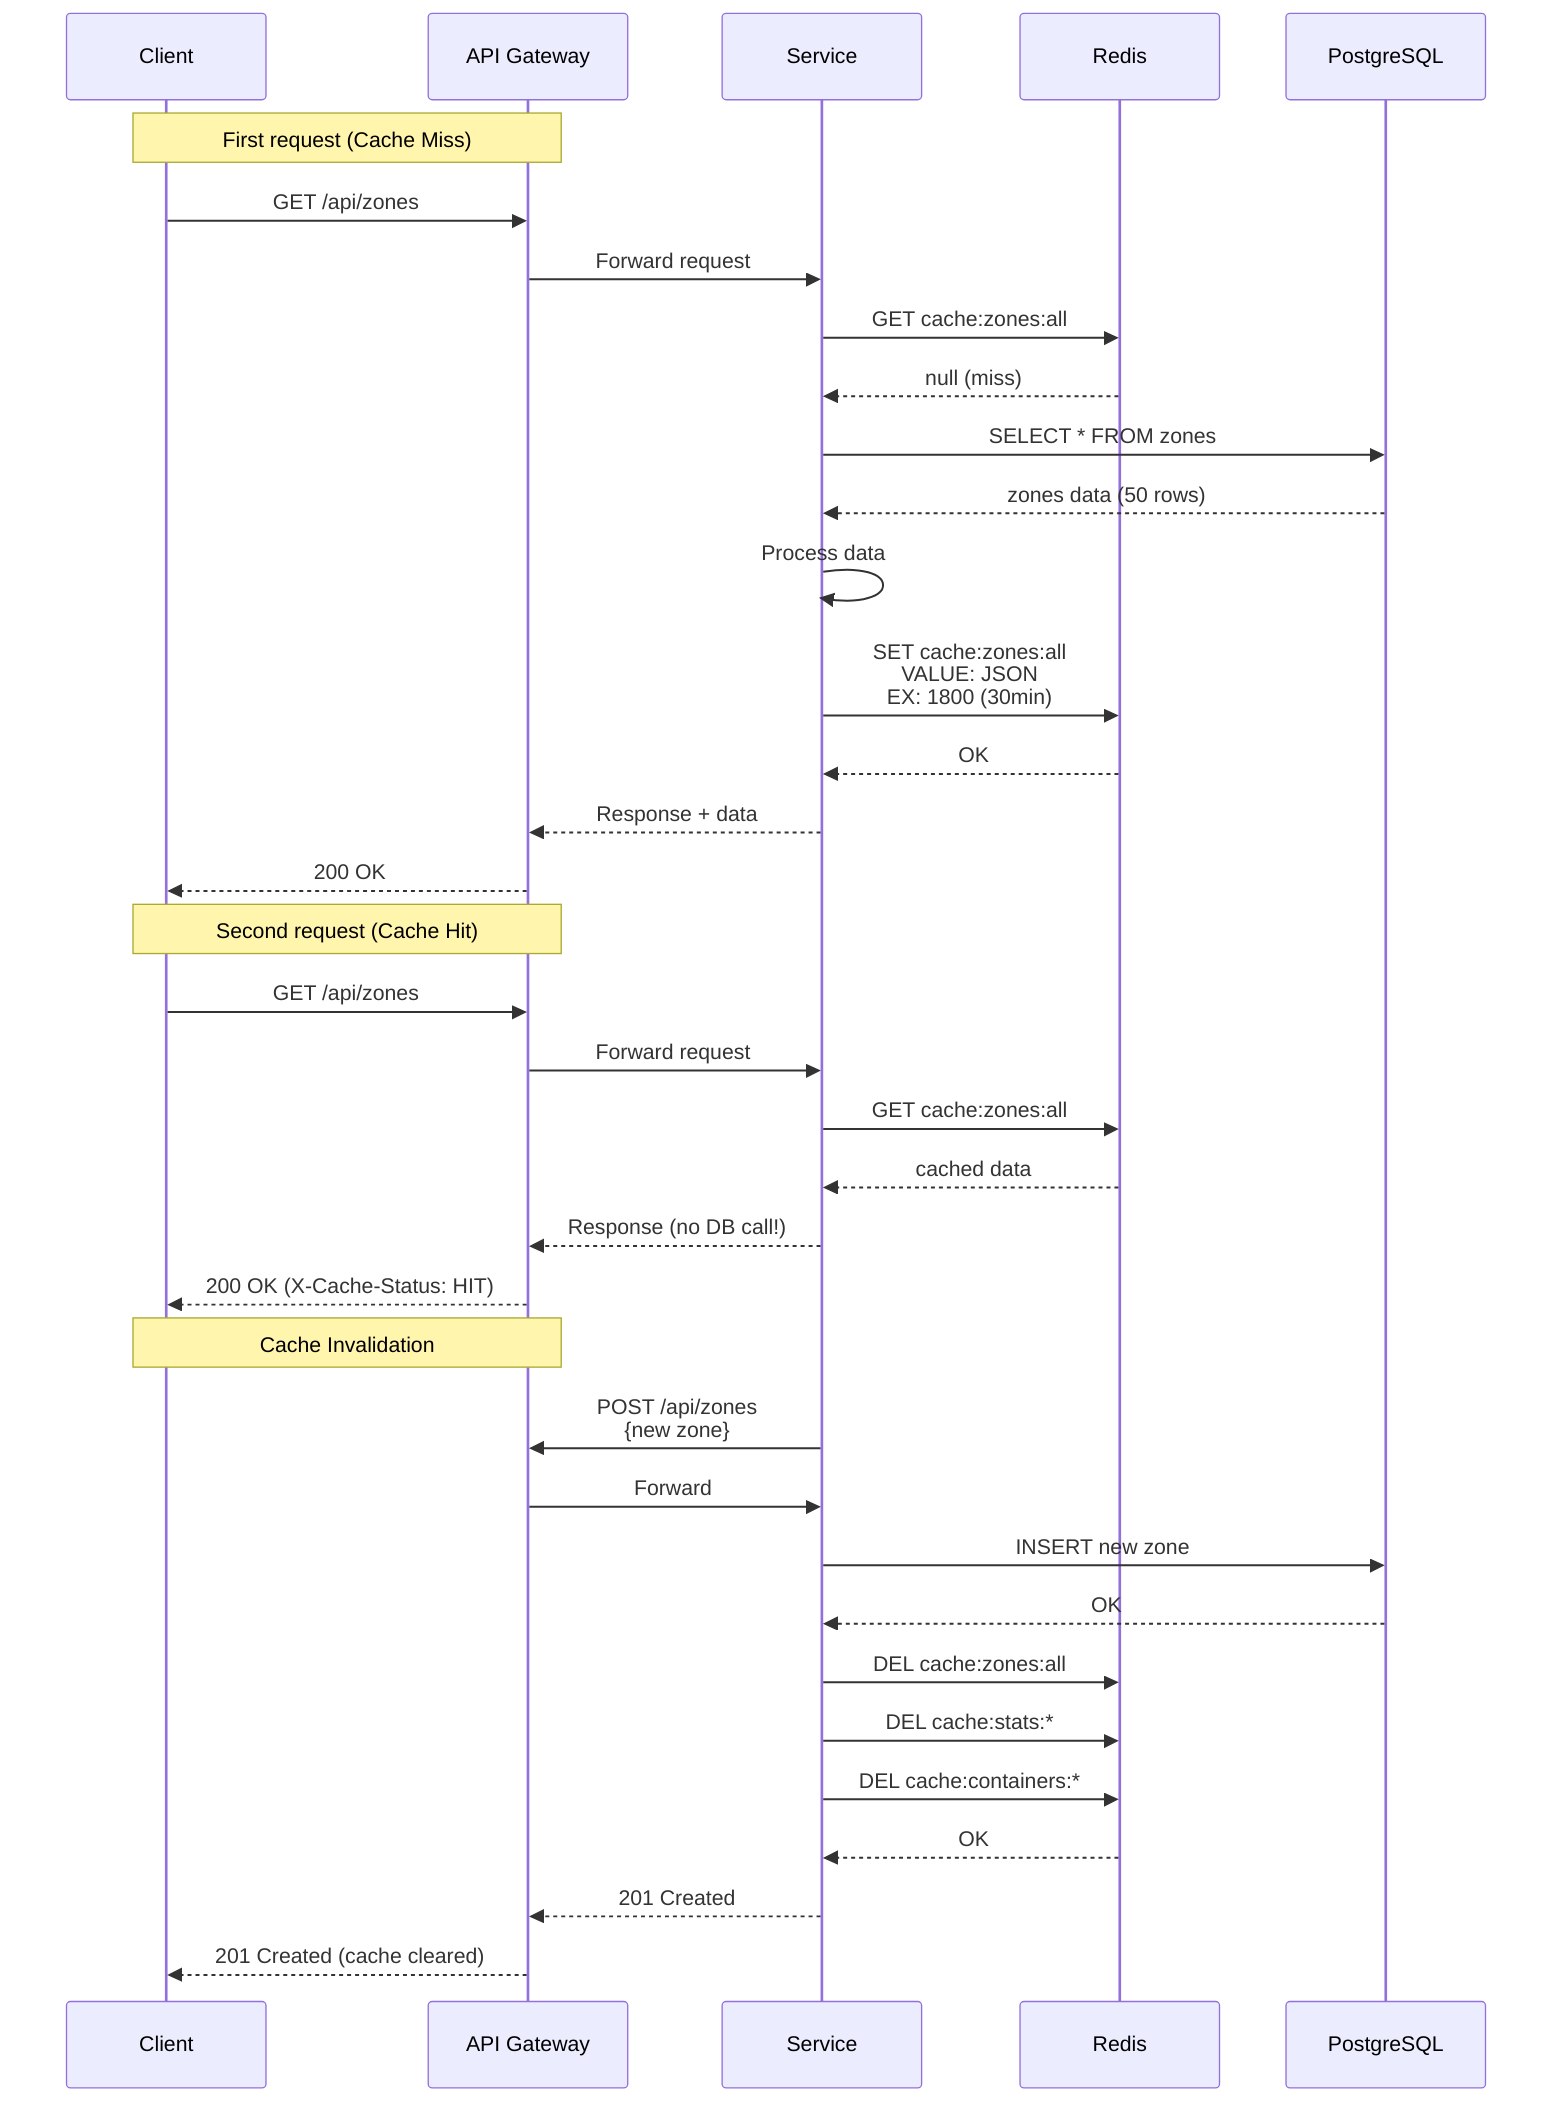
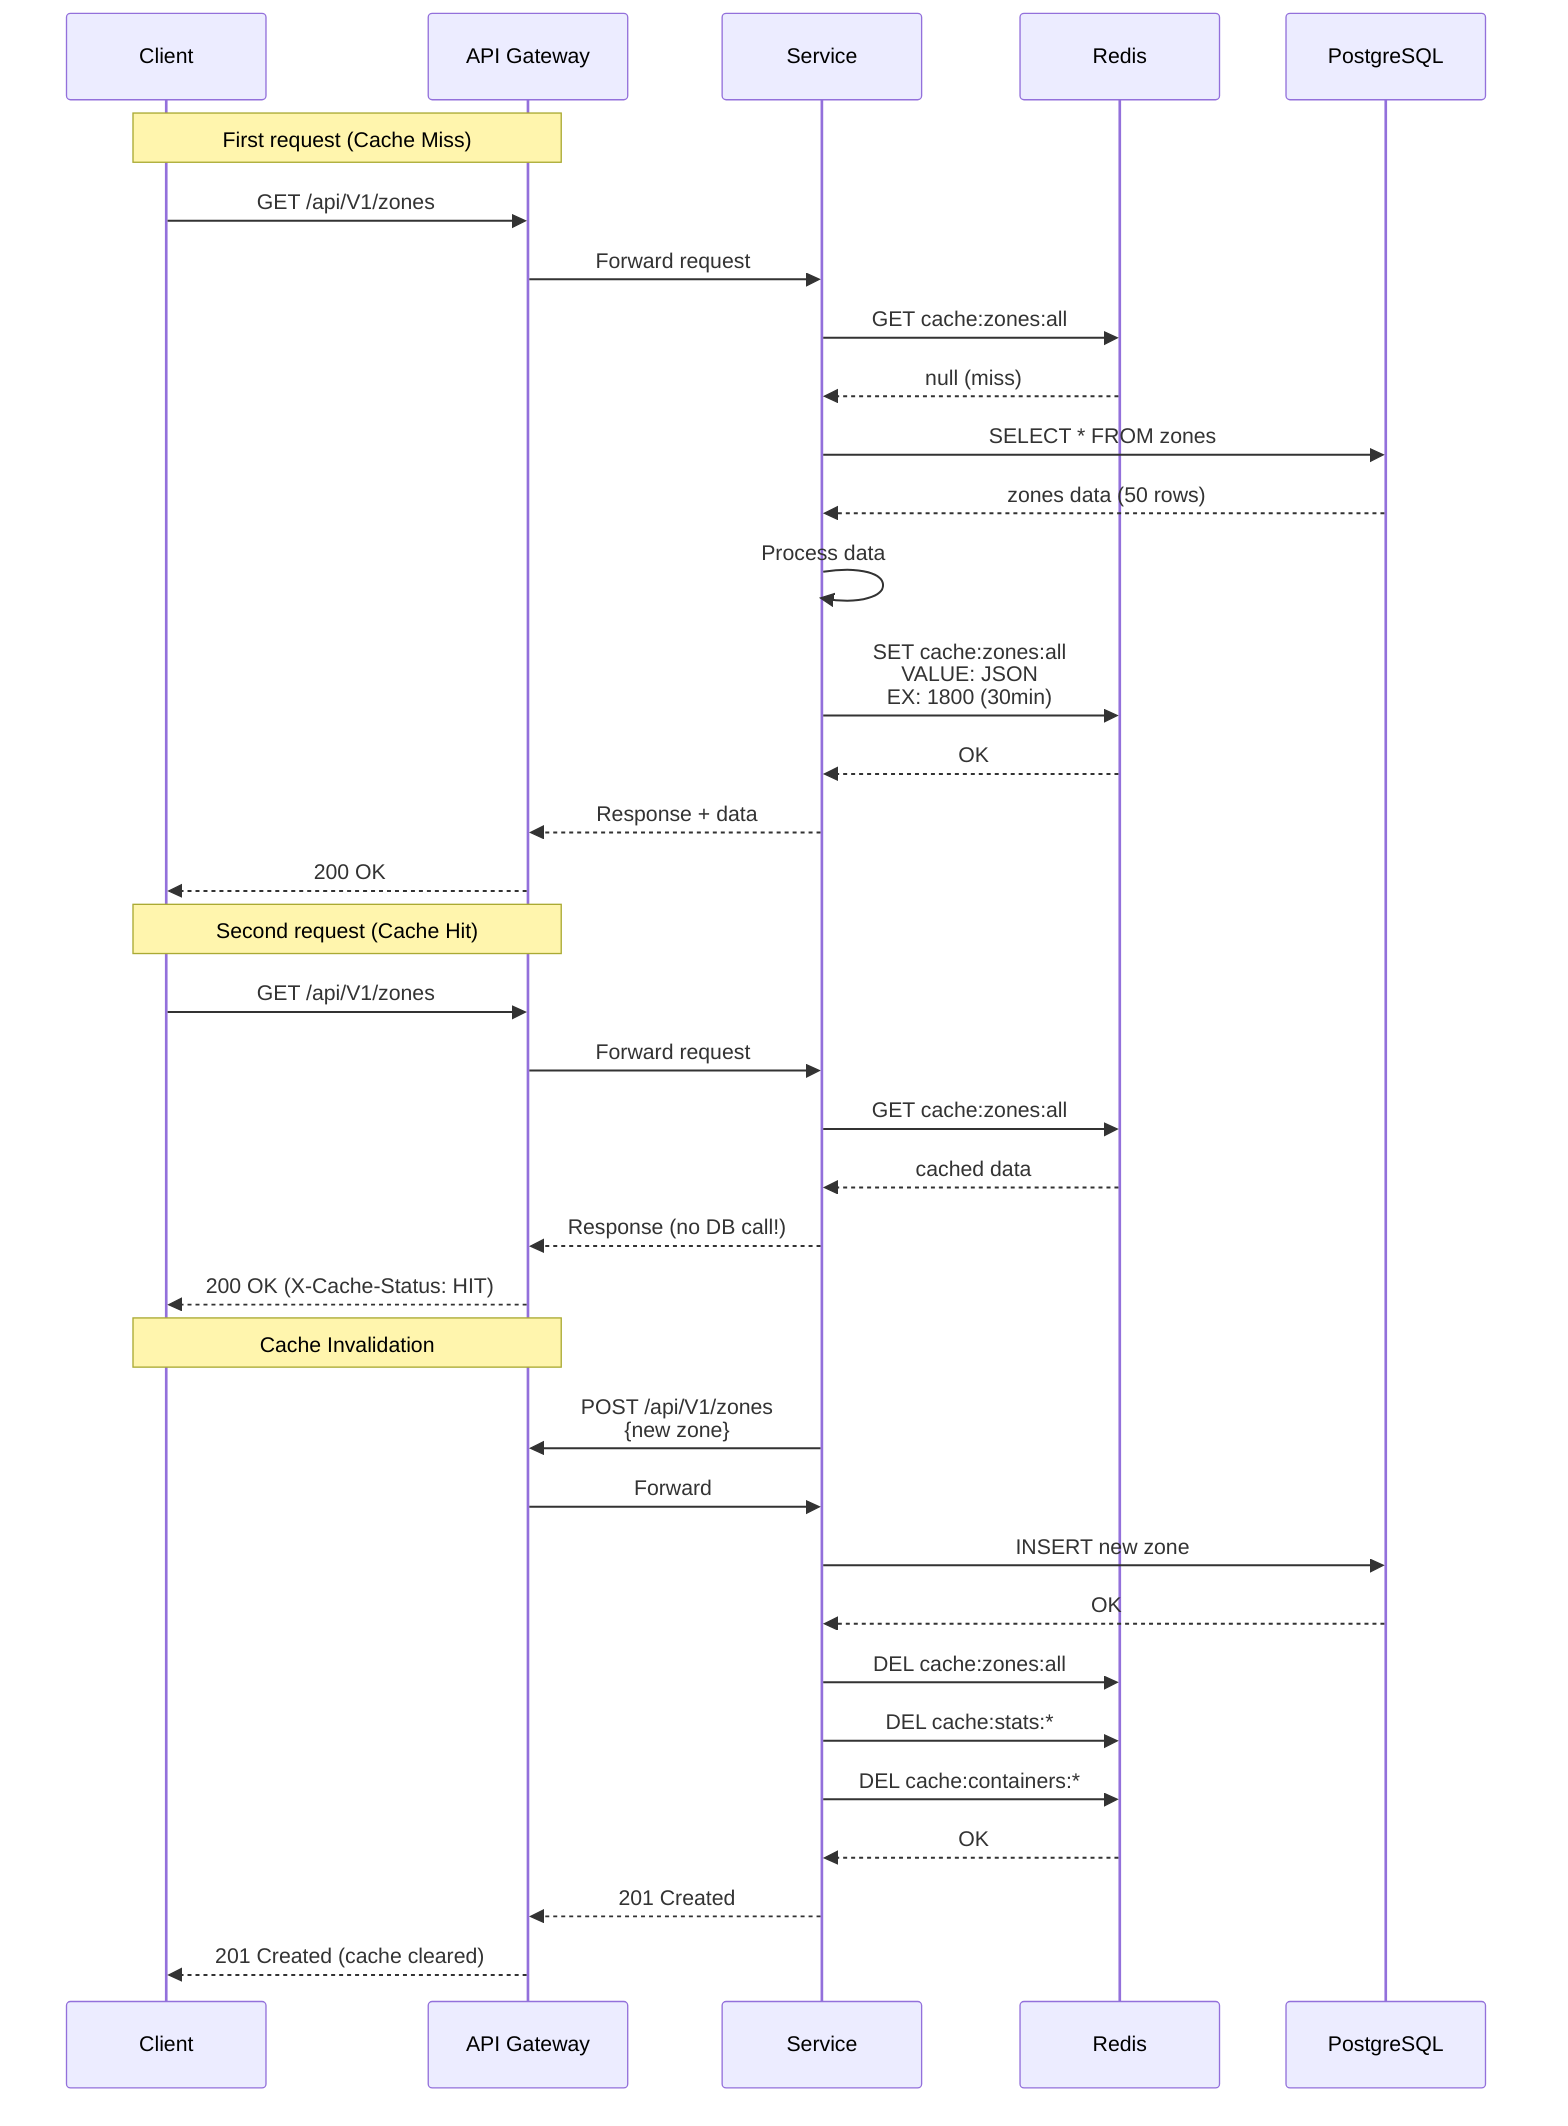
sequenceDiagram
    participant C as Client
    participant G as API Gateway
    participant Svc as Service
    participant Redis as Redis
    participant DB as PostgreSQL

    Note over C,G: First request (Cache Miss)

-     C->>G: GET /api/zones
+     C->>G: GET /api/V1/zones
    G->>Svc: Forward request

    Svc->>Redis: GET cache:zones:all
    Redis-->>Svc: null (miss)

    Svc->>DB: SELECT * FROM zones
    DB-->>Svc: zones data (50 rows)

    Svc->>Svc: Process data

    Svc->>Redis: SET cache:zones:all<br/>VALUE: JSON<br/>EX: 1800 (30min)
    Redis-->>Svc: OK

    Svc-->>G: Response + data
    G-->>C: 200 OK

    Note over C,G: Second request (Cache Hit)

-     C->>G: GET /api/zones
+     C->>G: GET /api/V1/zones
    G->>Svc: Forward request

    Svc->>Redis: GET cache:zones:all
    Redis-->>Svc: cached data

    Svc-->>G: Response (no DB call!)
    G-->>C: 200 OK (X-Cache-Status: HIT)

    Note over C,G: Cache Invalidation

-     Svc->>G: POST /api/zones<br/>{new zone}
+     Svc->>G: POST /api/V1/zones<br/>{new zone}
    G->>Svc: Forward

    Svc->>DB: INSERT new zone
    DB-->>Svc: OK

    Svc->>Redis: DEL cache:zones:all
    Svc->>Redis: DEL cache:stats:*
    Svc->>Redis: DEL cache:containers:*

    Redis-->>Svc: OK

    Svc-->>G: 201 Created
    G-->>C: 201 Created (cache cleared)
    %% Cache Strategy
    %% Endpoint | TTL | Strategy
    %% /zones | 30 min | Cache-first
    %% /containers | 5 min | Cache-first
    %% /stats | 2 min | Cache-first
    %% /measurements | 1 min | Cache-first
    %% /tournees/active | 30 sec | No cache
    %% /users/* | No cache | -